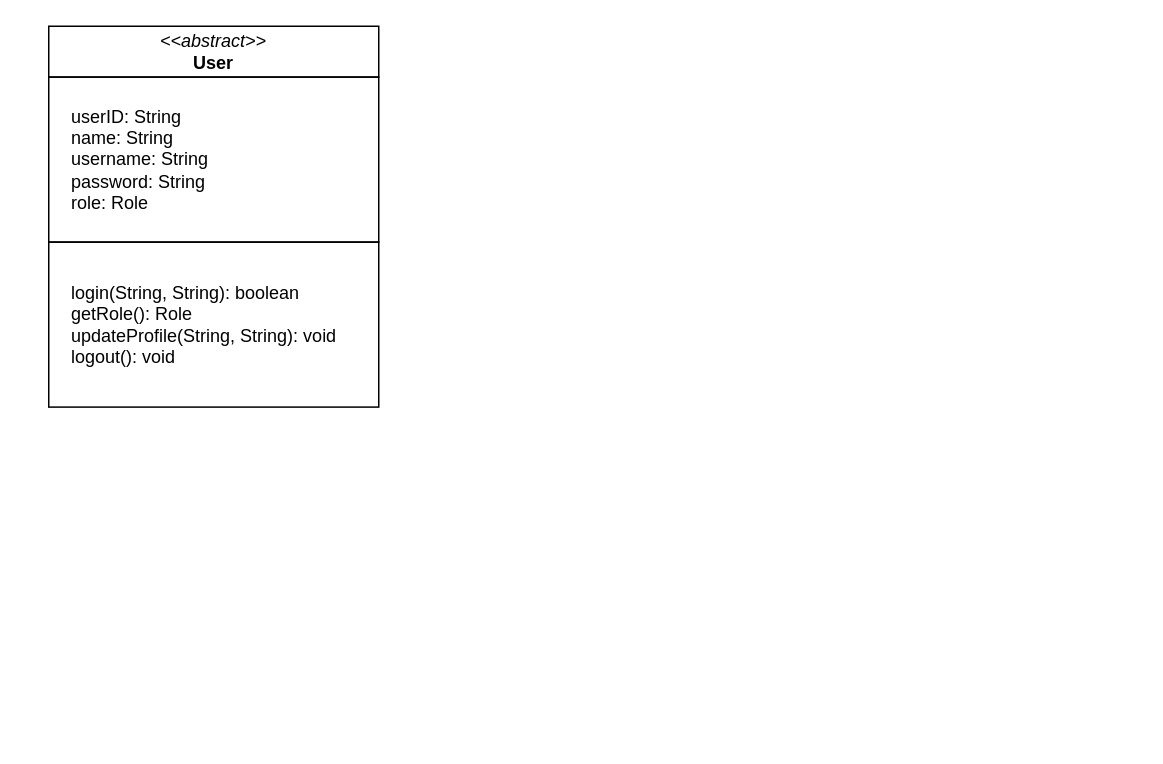
This is Class Diagram.drawio from XuanAnh1312/GMS_PROJECT_JAVA, a draw.io file, before an edit. Source tidied: cells renumbered, new cells numbered last; positions are measured from the earlier drawing's top-left corner, leaving out a move shared by most shapes. Both pictures are drawn from the tidied source at 150%, with x=0, y=0 at pixel (48, 26).
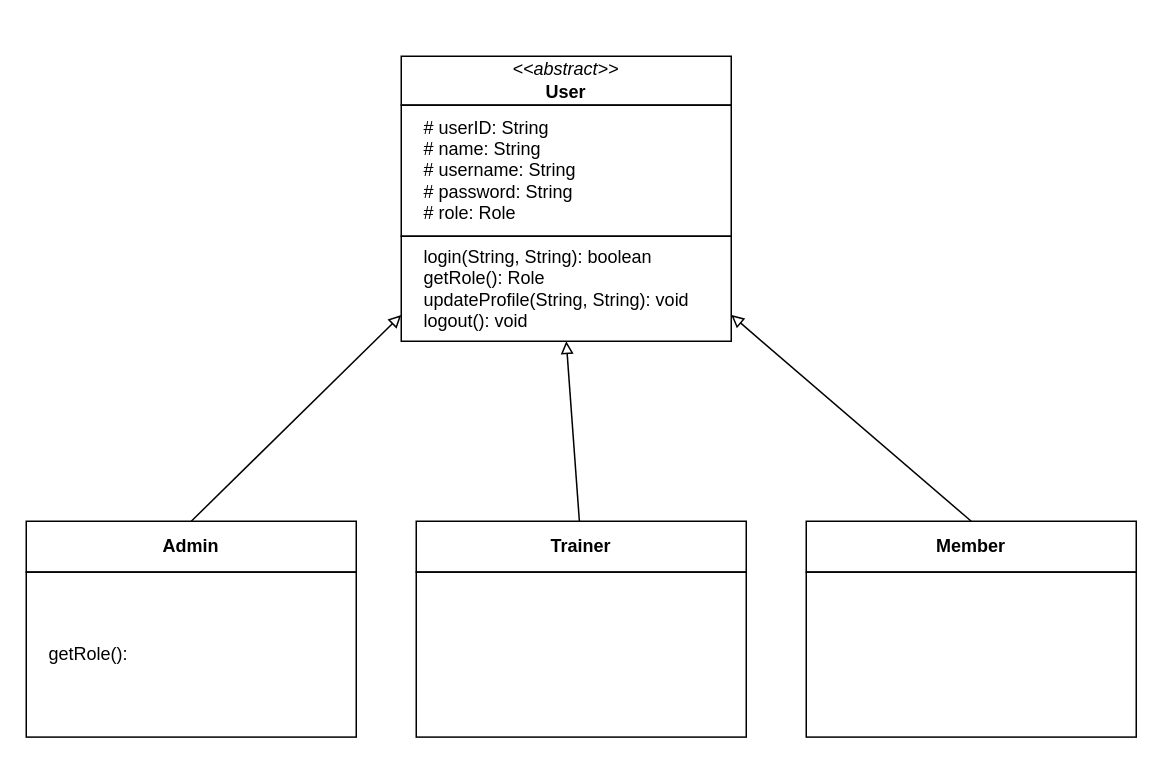
Above is the later version.

Diff of the diagram source:
```diff
@@
 <mxGraphModel>
   <root>
     <mxCell id="0" />
     <mxCell id="1" parent="0" />
+    <mxCell id="5" style="group;" parent="1" vertex="1">
+      <mxGeometry x="-15" y="330" width="220" height="143.9" as="geometry" />
+    </mxCell>
+    <mxCell id="6" value="&amp;nbsp; &amp;nbsp; getRole():&amp;nbsp;" style="rounded=0;whiteSpace=wrap;html=1;fillColor=none;align=left;" parent="5" vertex="1">
+      <mxGeometry y="33.9" width="220" height="110" as="geometry" />
+    </mxCell>
+    <mxCell id="7" value="&lt;b&gt;Admin&lt;/b&gt;" style="rounded=0;whiteSpace=wrap;html=1;fillColor=none;" parent="5" vertex="1">
+      <mxGeometry width="220" height="33.9" as="geometry" />
+    </mxCell>
+    <mxCell id="8" style="group;" parent="1" vertex="1">
+      <mxGeometry x="245" y="330" width="220" height="143.9" as="geometry" />
+    </mxCell>
+    <mxCell id="9" value="&lt;b&gt;Trainer&lt;/b&gt;" style="rounded=0;whiteSpace=wrap;html=1;fillColor=none;" parent="8" vertex="1">
+      <mxGeometry width="220" height="33.9" as="geometry" />
+    </mxCell>
+    <mxCell id="10" style="rounded=0;whiteSpace=wrap;html=1;fillColor=none;align=left;" parent="8" vertex="1">
+      <mxGeometry y="33.9" width="220" height="110" as="geometry" />
+    </mxCell>
+    <mxCell id="11" style="group;" parent="1" vertex="1">
+      <mxGeometry x="505" y="330" width="220" height="143.9" as="geometry" />
+    </mxCell>
+    <mxCell id="12" value="&lt;b&gt;Member&lt;/b&gt;" style="rounded=0;whiteSpace=wrap;html=1;fillColor=none;" parent="11" vertex="1">
+      <mxGeometry width="220" height="33.9" as="geometry" />
+    </mxCell>
+    <mxCell id="13" style="rounded=0;whiteSpace=wrap;html=1;fillColor=none;align=left;" parent="11" vertex="1">
+      <mxGeometry y="33.9" width="220" height="110" as="geometry" />
+    </mxCell>
+    <mxCell id="14" style="endArrow=block;html=1;rounded=0;exitX=0.5;exitY=0;exitDx=0;exitDy=0;endFill=0;entryX=0;entryY=0.75;entryDx=0;entryDy=0;" parent="1" edge="1" source="7" target="4">
+      <mxGeometry relative="1" as="geometry" />
+    </mxCell>
+    <mxCell id="15" style="endArrow=block;html=1;rounded=0;endFill=0;entryX=0.5;entryY=1;entryDx=0;entryDy=0;" parent="1" edge="1" source="9" target="4">
+      <mxGeometry relative="1" as="geometry" />
+    </mxCell>
+    <mxCell id="16" style="endArrow=block;html=1;rounded=0;endFill=0;entryX=1;entryY=0.75;entryDx=0;entryDy=0;exitX=0.5;exitY=0;exitDx=0;exitDy=0;" parent="1" edge="1" source="12" target="4">
+      <mxGeometry relative="1" as="geometry" />
+    </mxCell>
+    <mxCell id="17" style="group;" parent="1" vertex="1">
+      <mxGeometry x="235" y="20" width="220" height="190" as="geometry" />
+    </mxCell>
-    <mxCell id="2" value="&amp;nbsp; &amp;nbsp;&amp;nbsp;userID: String&amp;nbsp;&lt;br&gt;&lt;div&gt;&lt;span style=&quot;background-color: transparent; color: light-dark(rgb(0, 0, 0), rgb(255, 255, 255));&quot;&gt;&amp;nbsp; &amp;nbsp;&lt;/span&gt;&lt;span style=&quot;background-color: transparent; color: light-dark(rgb(0, 0, 0), rgb(255, 255, 255));&quot;&gt;&amp;nbsp;&lt;/span&gt;name: String&amp;nbsp;&lt;/div&gt;&lt;div&gt;&lt;span style=&quot;background-color: transparent; color: light-dark(rgb(0, 0, 0), rgb(255, 255, 255));&quot;&gt;&amp;nbsp; &amp;nbsp;&lt;/span&gt;&lt;span style=&quot;background-color: transparent; color: light-dark(rgb(0, 0, 0), rgb(255, 255, 255));&quot;&gt;&amp;nbsp;&lt;/span&gt;username: String&amp;nbsp;&lt;/div&gt;&lt;div&gt;&amp;nbsp; &amp;nbsp; password: String&amp;nbsp;&lt;/div&gt;&lt;div&gt;&lt;span style=&quot;background-color: transparent; color: light-dark(rgb(0, 0, 0), rgb(255, 255, 255));&quot;&gt;&amp;nbsp; &amp;nbsp;&lt;/span&gt;&amp;nbsp;role: Role&lt;/div&gt;" style="rounded=0;whiteSpace=wrap;html=1;fillColor=none;align=left;" parent="1" vertex="1">
-      <mxGeometry y="33.9" width="220" height="110" as="geometry" />
+    <mxCell id="2" value="&amp;nbsp; &amp;nbsp; # userID: String&amp;nbsp;&lt;br&gt;&lt;div&gt;&lt;span style=&quot;background-color: transparent; color: light-dark(rgb(0, 0, 0), rgb(255, 255, 255));&quot;&gt;&amp;nbsp; &amp;nbsp;&lt;/span&gt;&lt;span style=&quot;background-color: transparent; color: light-dark(rgb(0, 0, 0), rgb(255, 255, 255));&quot;&gt;&amp;nbsp;#&amp;nbsp;&lt;/span&gt;name: String&amp;nbsp;&lt;/div&gt;&lt;div&gt;&lt;span style=&quot;background-color: transparent; color: light-dark(rgb(0, 0, 0), rgb(255, 255, 255));&quot;&gt;&amp;nbsp; &amp;nbsp;&lt;/span&gt;&lt;span style=&quot;background-color: transparent; color: light-dark(rgb(0, 0, 0), rgb(255, 255, 255));&quot;&gt;&amp;nbsp;#&amp;nbsp;&lt;/span&gt;username: String&amp;nbsp;&lt;/div&gt;&lt;div&gt;&amp;nbsp; &amp;nbsp; # password: String&amp;nbsp;&lt;/div&gt;&lt;div&gt;&lt;span style=&quot;background-color: transparent; color: light-dark(rgb(0, 0, 0), rgb(255, 255, 255));&quot;&gt;&amp;nbsp; &amp;nbsp;&lt;/span&gt;&amp;nbsp;# role: Role&lt;/div&gt;" style="rounded=0;whiteSpace=wrap;html=1;fillColor=none;align=left;" parent="17" vertex="1">
+      <mxGeometry y="32.6" width="220" height="87.4" as="geometry" />
     </mxCell>
-    <mxCell id="3" value="&lt;div&gt;&lt;i&gt;&amp;lt;&amp;lt;abstract&amp;gt;&amp;gt;&lt;/i&gt;&lt;/div&gt;&lt;b&gt;User&lt;/b&gt;" style="rounded=0;whiteSpace=wrap;html=1;fillColor=none;" parent="1" vertex="1">
-      <mxGeometry width="220" height="33.9" as="geometry" />
+    <mxCell id="3" value="&lt;div&gt;&lt;i&gt;&amp;lt;&amp;lt;abstract&amp;gt;&amp;gt;&lt;/i&gt;&lt;/div&gt;&lt;b&gt;User&lt;/b&gt;" style="rounded=0;whiteSpace=wrap;html=1;fillColor=none;" parent="17" vertex="1">
+      <mxGeometry width="220" height="32.6" as="geometry" />
     </mxCell>
-    <mxCell id="4" value="&amp;nbsp; &amp;nbsp; login(String, String): boolean&lt;div&gt;&amp;nbsp; &amp;nbsp; getRole(): Role&lt;/div&gt;&lt;div&gt;&amp;nbsp; &amp;nbsp; updateProfile(String, String): void&lt;/div&gt;&lt;div&gt;&lt;span style=&quot;background-color: transparent; color: light-dark(rgb(0, 0, 0), rgb(255, 255, 255));&quot;&gt;&amp;nbsp; &amp;nbsp;&lt;/span&gt;&lt;span style=&quot;background-color: transparent; color: light-dark(rgb(0, 0, 0), rgb(255, 255, 255));&quot;&gt;&amp;nbsp;&lt;/span&gt;logout(): void&lt;/div&gt;" style="rounded=0;whiteSpace=wrap;html=1;fillColor=none;align=left;" parent="1" vertex="1">
-      <mxGeometry y="143.9" width="220" height="110" as="geometry" />
+    <mxCell id="4" value="&amp;nbsp; &amp;nbsp; login(String, String): boolean&lt;div&gt;&amp;nbsp; &amp;nbsp; getRole(): Role&lt;/div&gt;&lt;div&gt;&amp;nbsp; &amp;nbsp; updateProfile(String, String): void&lt;/div&gt;&lt;div&gt;&lt;span style=&quot;background-color: transparent; color: light-dark(rgb(0, 0, 0), rgb(255, 255, 255));&quot;&gt;&amp;nbsp; &amp;nbsp;&lt;/span&gt;&lt;span style=&quot;background-color: transparent; color: light-dark(rgb(0, 0, 0), rgb(255, 255, 255));&quot;&gt;&amp;nbsp;&lt;/span&gt;logout(): void&lt;/div&gt;" style="rounded=0;whiteSpace=wrap;html=1;fillColor=none;align=left;" parent="17" vertex="1">
+      <mxGeometry y="120" width="220" height="70" as="geometry" />
     </mxCell>
   </root>
 </mxGraphModel>
```
